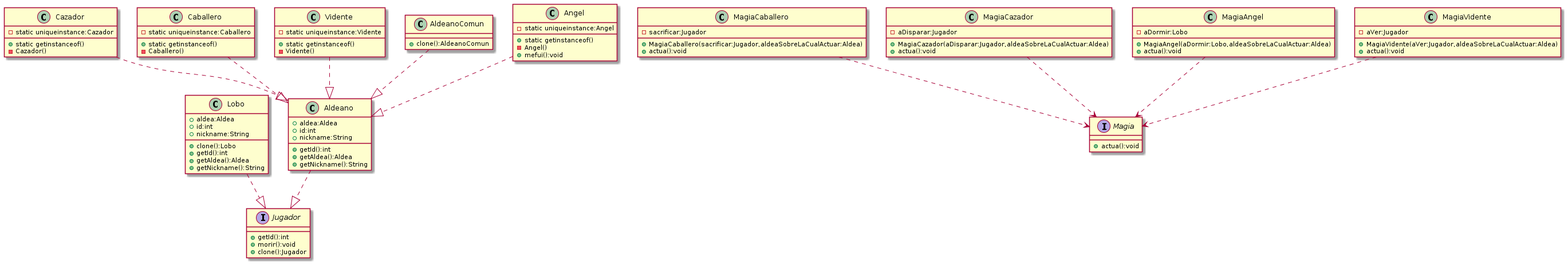
Above: diagrama1.png in Rogarpa/Proyecto-2-Modelado-y-Programacion (PlantUML), before the change.
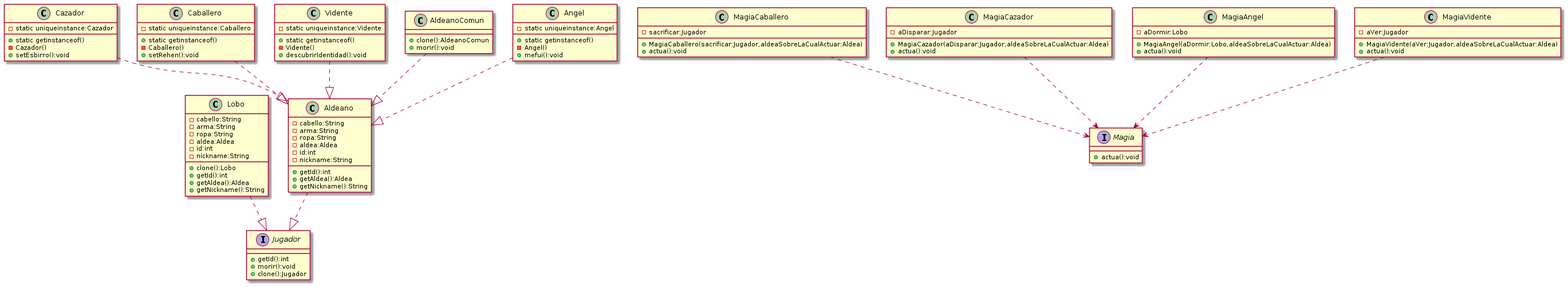
The same file after the commit.

Diff of the diagram source:
```diff
@@ -15,9 +15,12 @@
 }
 
 class Lobo{
-+aldea:Aldea
-+id:int
-+nickname:String
+-cabello:String
+-arma:String
+-ropa:String
+-aldea:Aldea
+-id:int
+-nickname:String
 +clone():Lobo
 +getId():int
 +getAldea():Aldea
@@ -25,9 +28,12 @@
 }
 
 class Aldeano{
-+aldea:Aldea
-+id:int
-+nickname:String
+-cabello:String
+-arma:String
+-ropa:String
+-aldea:Aldea
+-id:int
+-nickname:String
 +getId():int
 +getAldea():Aldea
 +getNickname():String
@@ -37,18 +43,21 @@
 -static uniqueinstance:Cazador
 +static getinstanceof()
 -Cazador()
++setEsbirro():void
 }
 
 class Vidente{
 -static uniqueinstance:Vidente
 +static getinstanceof()
 -Vidente()
++descubrirIdentidad():void
 }
 
 class Caballero{
 -static uniqueinstance:Caballero
 +static getinstanceof()
 -Caballero()
++setRehen():void
 }
 
 class Angel{
@@ -60,6 +69,7 @@
 
 class AldeanoComun{
 +clone():AldeanoComun
++morir():void
 }
 
 MagiaCaballero..>Magia
```
